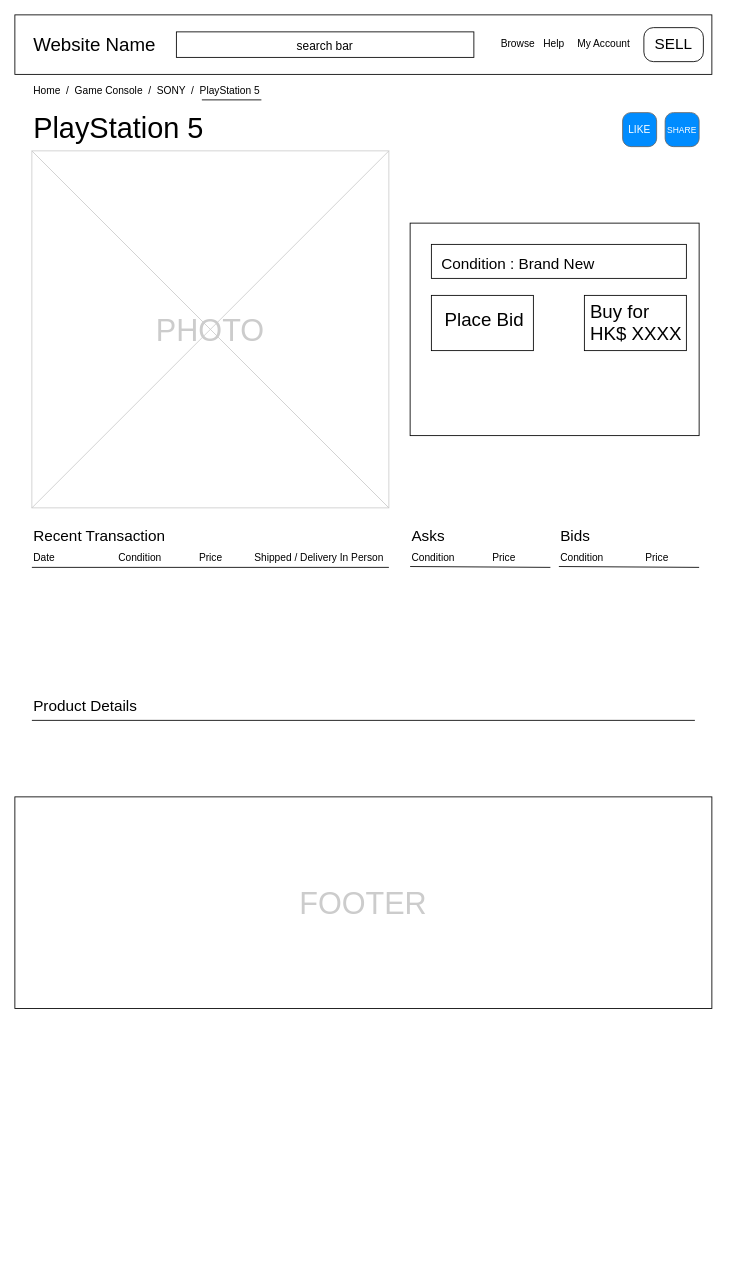
Earlier version of the draw.io diagram ProductPage.drawio (oneone105/tecky-exercises). Source tidied: cells renumbered, new cells numbered last; positions are measured from the earlier drawing's top-left corner, leaving out a move shared by most shapes. Both pictures are drawn from the tidied source at 85%, with x=0, y=0 at pixel (14, 14).
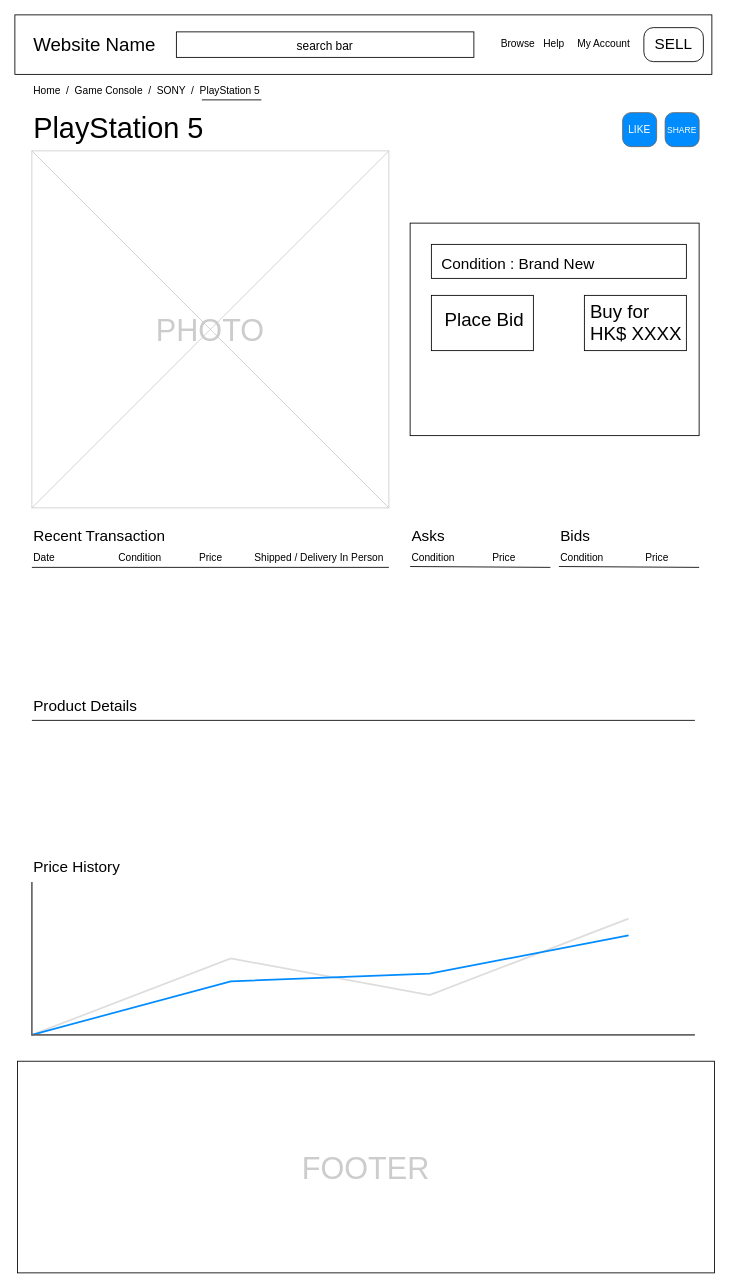
Above is the later version.

Diff of the diagram source:
```diff
@@
-    <mxCell id="2" style="rounded=0;whiteSpace=wrap;html=1;labelBackgroundColor=#E6E6E6;fontSize=23;fontColor=none;" parent="1" vertex="1">
-      <mxGeometry y="920" width="820" height="249" as="geometry" />
-    </mxCell>
@@
-    <mxCell id="31" value="FOOTER" style="text;spacingTop=-5;align=center;verticalAlign=middle;fontSize=36;fontColor=#CCCCCC;" parent="1" vertex="1">
-      <mxGeometry y="919" width="820" height="250" as="geometry" />
-    </mxCell>
@@
+    <mxCell id="44" style="verticalLabelPosition=bottom;shadow=0;dashed=0;align=center;html=1;verticalAlign=top;strokeWidth=1;shape=mxgraph.mockup.graphics.lineChart;strokeColor=none;strokeColor2=#666666;strokeColor3=#008cff;strokeColor4=#dddddd;fontSize=10;" parent="1" vertex="1">
+      <mxGeometry x="20" y="1020" width="780" height="180" as="geometry" />
+    </mxCell>
+    <mxCell id="45" value="Price History" style="text;spacingTop=-5;fontSize=18;" parent="1" vertex="1">
+      <mxGeometry x="20" y="990" width="30" height="20" as="geometry" />
+    </mxCell>
+    <mxCell id="46" style="group;" parent="1" vertex="1">
+      <mxGeometry x="3" y="1230" width="820" height="250" as="geometry" />
+    </mxCell>
+    <mxCell id="2" style="rounded=0;whiteSpace=wrap;html=1;labelBackgroundColor=#E6E6E6;fontSize=23;fontColor=none;" parent="46" vertex="1">
+      <mxGeometry y="1" width="820" height="249" as="geometry" />
+    </mxCell>
+    <mxCell id="31" value="FOOTER" style="text;spacingTop=-5;align=center;verticalAlign=middle;fontSize=36;fontColor=#CCCCCC;" parent="46" vertex="1">
+      <mxGeometry width="820" height="250" as="geometry" />
+    </mxCell>
```
